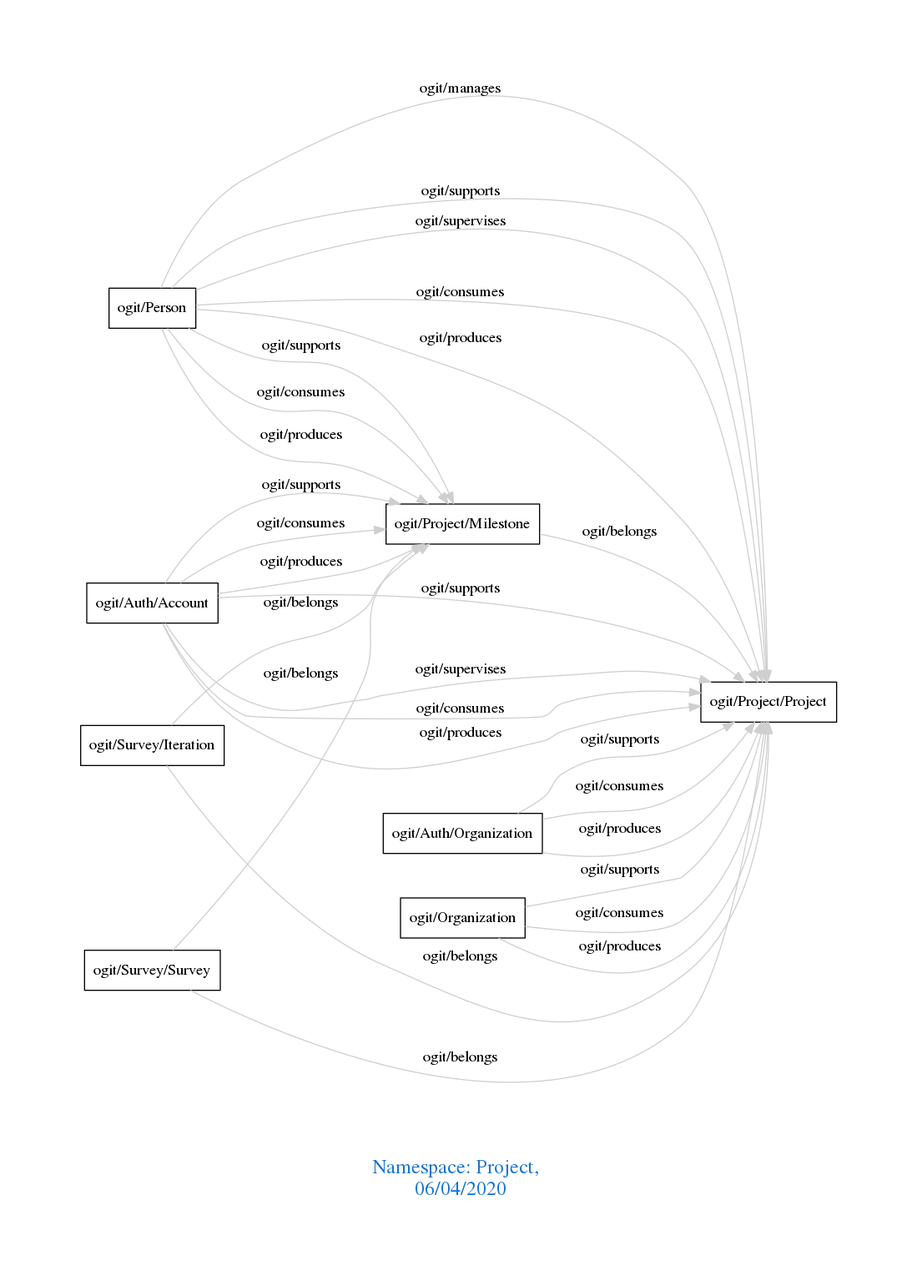
The Graphviz diagram downloads/Project.png in arago/OGIT, before a commit. Its source is kept beside it as downloads/Project.dot.
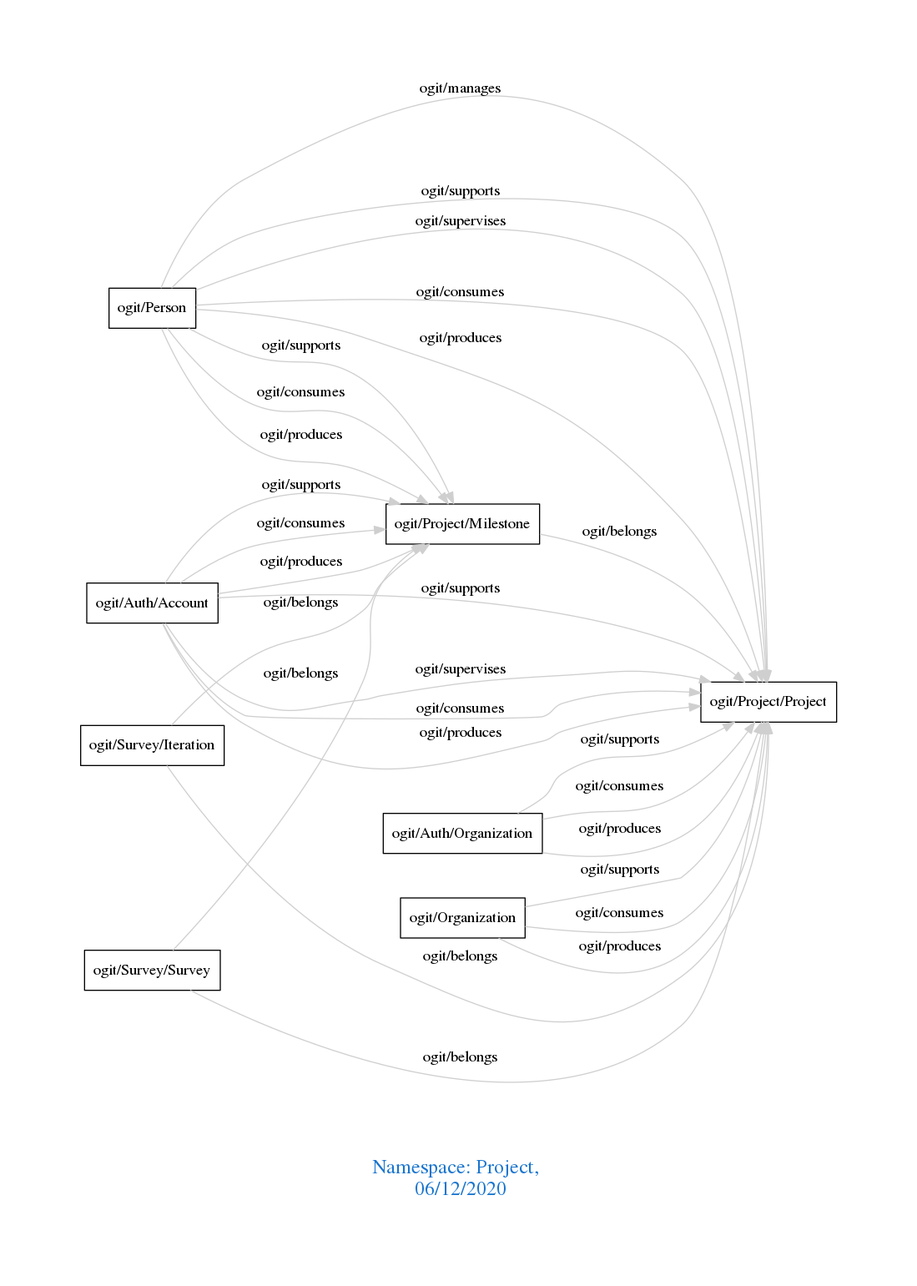
After the commit.

Diff of the diagram source:
```diff
@@ -1,7 +1,7 @@
 digraph OGIT_ontology {
  graph [ rankdir= LR,pad=1
 fontsize = 18,
-fontcolor= dodgerblue3,label = "\n\n\nNamespace: Project, \n 06/04/2020"];
+fontcolor= dodgerblue3,label = "\n\n\nNamespace: Project, \n 06/12/2020"];
 node[shape=polygon];
 edge [  color="gray81"];
 
```
